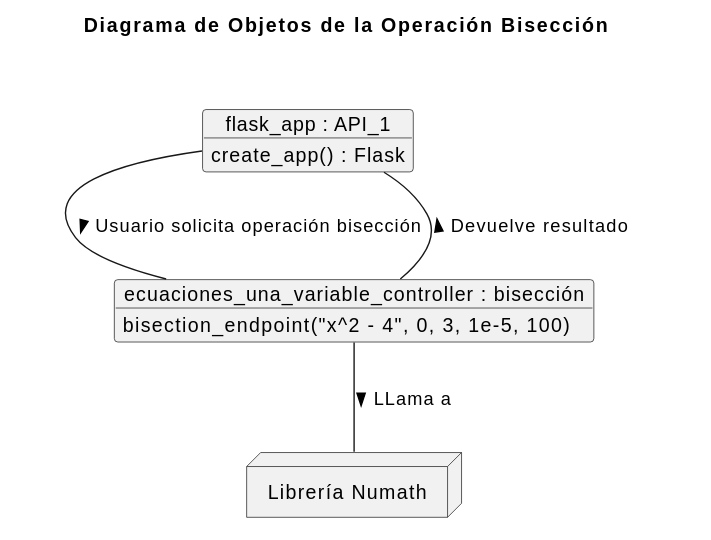
This is imágenes/modelosUML/diagramaObjetosBiseccion.svg from rodri5villa/numath-API, a PlantUML export, as it was before one commit. Its diagram source:
```plantuml
@startuml
skinparam packageBorderColor white
skinparam packageBackgroundColor white

title Diagrama de Objetos de la Operación Bisección

package " " {
  object "flask_app : API_1" as flask_app {
    create_app() : Flask
  }

  object "ecuaciones_una_variable_controller : bisección" as operaciones {
    bisection_endpoint("x^2 - 4", 0, 3, 1e-5, 100)
  }
}

node "Librería Numath" as PyLibrary {
}

flask_app -- operaciones: "Usuario solicita operación bisección >"
operaciones -- PyLibrary : "LLama a >"
operaciones -- flask_app : "Devuelve resultado >"
@enduml
```
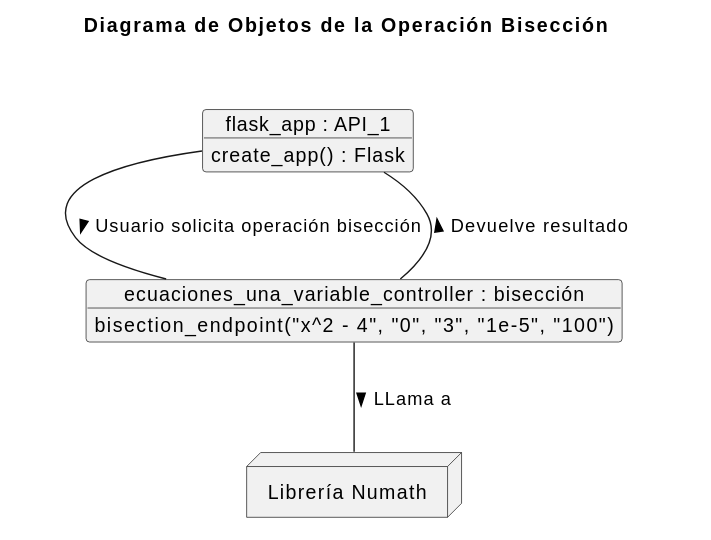
The same file after the commit.

The edit, as a diff of the source:
```diff
@@ -10,7 +10,7 @@
   }
 
   object "ecuaciones_una_variable_controller : bisección" as operaciones {
-    bisection_endpoint("x^2 - 4", 0, 3, 1e-5, 100)
+    bisection_endpoint("x^2 - 4", "0", "3", "1e-5", "100")
   }
 }
 
```
